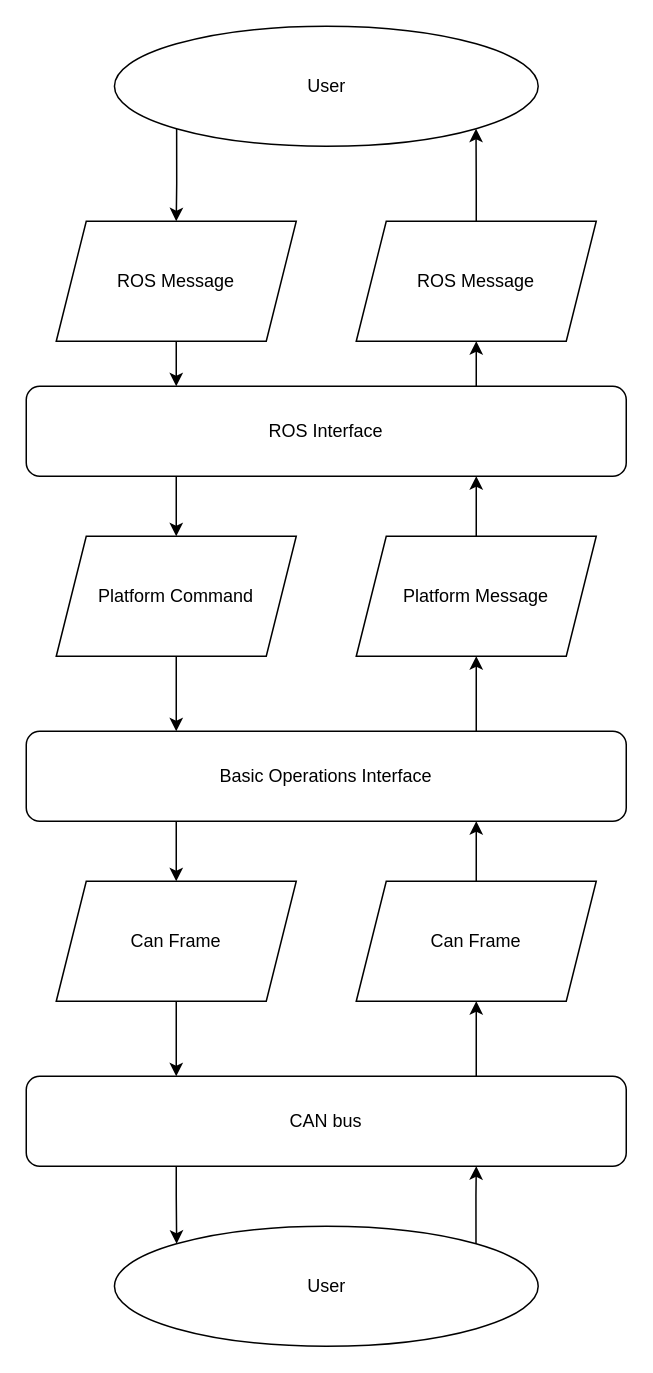
Earlier version of the draw.io diagram source/_general/figures/source/Communication Overview.drawio (westonrobot/wrdocs). Source tidied: cells renumbered, new cells numbered last; positions are measured from the earlier drawing's top-left corner, leaving out a move shared by most shapes. Both pictures are drawn from the tidied source at 150%, with x=0, y=0 at pixel (26, 26).
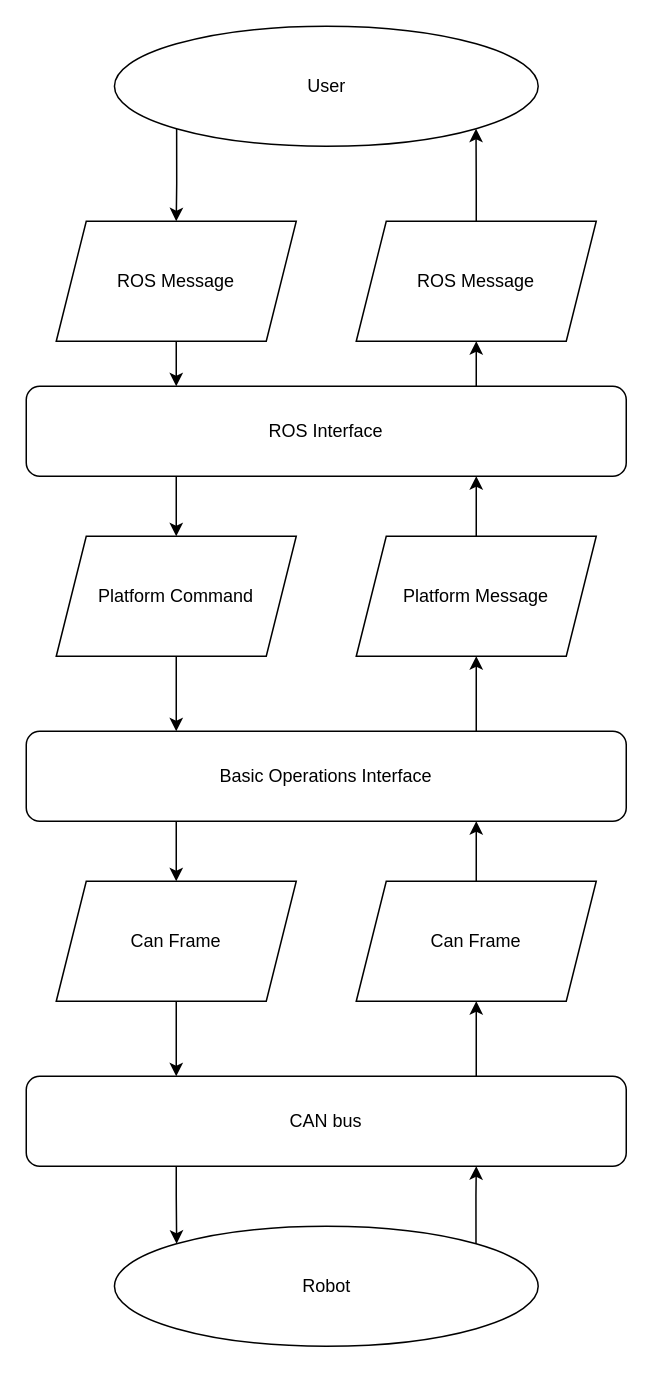
The same diagram, later.

Diff of the diagram source:
```diff
@@
-    <mxCell id="26" value="User" style="ellipse;whiteSpace=wrap;html=1;" parent="1" vertex="1">
+    <mxCell id="26" value="Robot" style="ellipse;whiteSpace=wrap;html=1;" parent="1" vertex="1">
       <mxGeometry x="58.8" y="800" width="282.5" height="80" as="geometry" />
     </mxCell>
```
